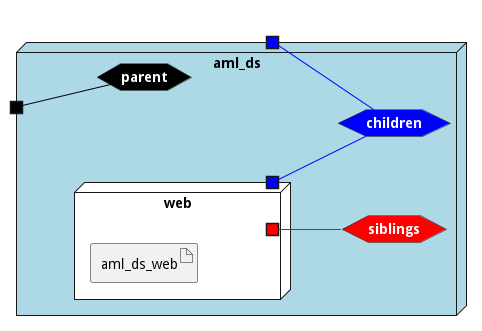
Before: docs/edgemere/aml/ds/envs/dev/deployment.png, a diagram exported from PlantUML (madajaju/edgemere).
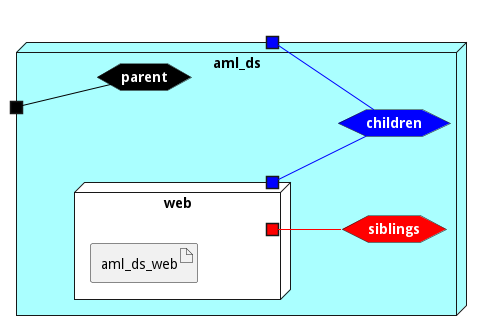
The same file after the commit.

Change to the diagram source:
```diff
@@ -8,7 +8,7 @@
 
 
 
-node "aml_ds" #lightblue {
+node "aml_ds" #aaffff {
 
 
     hexagon parentnet #black [
```
